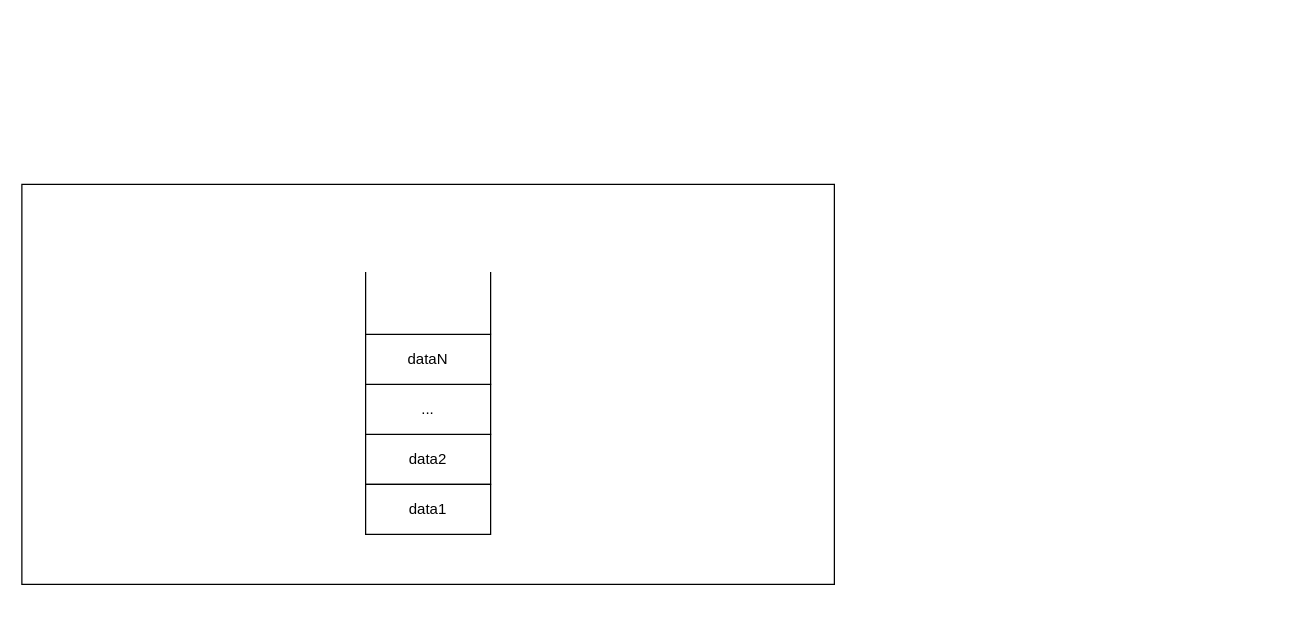
1595901624/GitTest keeps this draw.io diagram as 栈.drawio. Above is the earlier version. Source tidied: cells renumbered, new cells numbered last; positions are measured from the earlier drawing's top-left corner, leaving out a move shared by most shapes. Both pictures are drawn from the tidied source at 125%, with x=0, y=0 at pixel (21, 184).
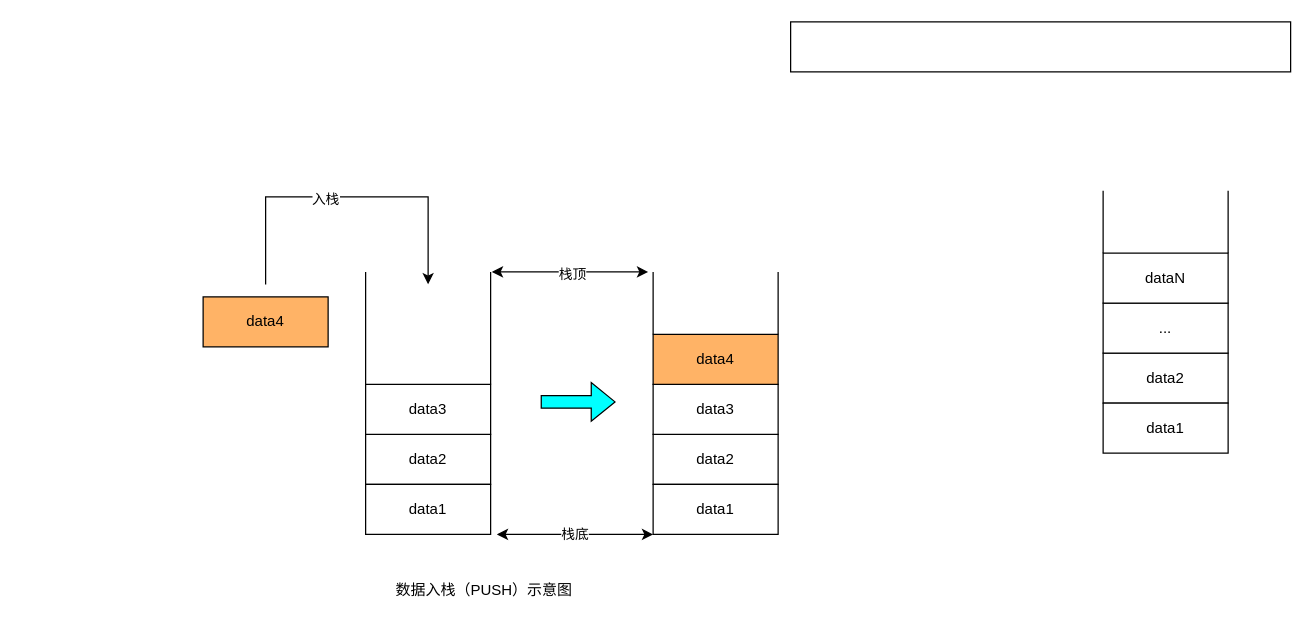
The same diagram, later.

Change to the diagram source:
```diff
@@
     <mxCell id="2" style="rounded=0;whiteSpace=wrap;html=1;" parent="1" vertex="1">
-      <mxGeometry width="650" height="320" as="geometry" />
+      <mxGeometry x="615" y="-130" width="400" height="40" as="geometry" />
     </mxCell>
@@
-    <mxCell id="5" value="..." style="rounded=0;whiteSpace=wrap;html=1;" parent="1" vertex="1">
+    <mxCell id="5" value="data3" style="rounded=0;whiteSpace=wrap;html=1;" parent="1" vertex="1">
       <mxGeometry x="275" y="160" width="100" height="40" as="geometry" />
     </mxCell>
-    <mxCell id="6" value="dataN" style="rounded=0;whiteSpace=wrap;html=1;" parent="1" vertex="1">
-      <mxGeometry x="275" y="120" width="100" height="40" as="geometry" />
-    </mxCell>
-    <mxCell id="7" style="endArrow=none;html=1;rounded=0;" parent="1" edge="1">
+    <mxCell id="7" style="endArrow=none;html=1;rounded=0;exitX=1;exitY=0;exitDx=0;exitDy=0;" parent="1" edge="1" source="5">
       <mxGeometry relative="1" as="geometry">
-        <mxPoint x="375" y="120" as="sourcePoint" />
         <mxPoint x="375" y="70" as="targetPoint" />
       </mxGeometry>
     </mxCell>
-    <mxCell id="8" style="endArrow=none;html=1;rounded=0;" parent="1" edge="1">
+    <mxCell id="8" style="endArrow=none;html=1;rounded=0;exitX=0;exitY=0;exitDx=0;exitDy=0;" parent="1" edge="1" source="5">
       <mxGeometry relative="1" as="geometry">
-        <mxPoint x="275" y="120" as="sourcePoint" />
         <mxPoint x="275" y="70" as="targetPoint" />
       </mxGeometry>
     </mxCell>
+    <mxCell id="9" value="data2" style="rounded=0;whiteSpace=wrap;html=1;" parent="1" vertex="1">
+      <mxGeometry x="865" y="135" width="100" height="40" as="geometry" />
+    </mxCell>
+    <mxCell id="10" value="data1" style="rounded=0;whiteSpace=wrap;html=1;" parent="1" vertex="1">
+      <mxGeometry x="865" y="175" width="100" height="40" as="geometry" />
+    </mxCell>
+    <mxCell id="11" value="..." style="rounded=0;whiteSpace=wrap;html=1;" parent="1" vertex="1">
+      <mxGeometry x="865" y="95" width="100" height="40" as="geometry" />
+    </mxCell>
+    <mxCell id="6" value="dataN" style="rounded=0;whiteSpace=wrap;html=1;" parent="1" vertex="1">
+      <mxGeometry x="865" y="55" width="100" height="40" as="geometry" />
+    </mxCell>
+    <mxCell id="12" style="endArrow=none;html=1;rounded=0;" parent="1" edge="1">
+      <mxGeometry relative="1" as="geometry">
+        <mxPoint x="965" y="55" as="sourcePoint" />
+        <mxPoint x="965" y="5" as="targetPoint" />
+      </mxGeometry>
+    </mxCell>
+    <mxCell id="13" style="endArrow=none;html=1;rounded=0;" parent="1" edge="1">
+      <mxGeometry relative="1" as="geometry">
+        <mxPoint x="865" y="55" as="sourcePoint" />
+        <mxPoint x="865" y="5" as="targetPoint" />
+      </mxGeometry>
+    </mxCell>
+    <mxCell id="14" value="data4" style="rounded=0;whiteSpace=wrap;html=1;fillColor=#FFB366;" parent="1" vertex="1">
+      <mxGeometry x="145" y="90" width="100" height="40" as="geometry" />
+    </mxCell>
+    <mxCell id="15" value="data2" style="rounded=0;whiteSpace=wrap;html=1;" parent="1" vertex="1">
+      <mxGeometry x="505" y="200" width="100" height="40" as="geometry" />
+    </mxCell>
+    <mxCell id="16" value="data1" style="rounded=0;whiteSpace=wrap;html=1;" parent="1" vertex="1">
+      <mxGeometry x="505" y="240" width="100" height="40" as="geometry" />
+    </mxCell>
+    <mxCell id="17" value="data3" style="rounded=0;whiteSpace=wrap;html=1;" parent="1" vertex="1">
+      <mxGeometry x="505" y="160" width="100" height="40" as="geometry" />
+    </mxCell>
+    <mxCell id="18" value="data4" style="rounded=0;whiteSpace=wrap;html=1;fillColor=#FFB366;" parent="1" vertex="1">
+      <mxGeometry x="505" y="120" width="100" height="40" as="geometry" />
+    </mxCell>
+    <mxCell id="19" style="endArrow=none;html=1;rounded=0;" parent="1" edge="1">
+      <mxGeometry relative="1" as="geometry">
+        <mxPoint x="605" y="120" as="sourcePoint" />
+        <mxPoint x="605" y="70" as="targetPoint" />
+      </mxGeometry>
+    </mxCell>
+    <mxCell id="20" style="endArrow=none;html=1;rounded=0;" parent="1" edge="1">
+      <mxGeometry relative="1" as="geometry">
+        <mxPoint x="505" y="120" as="sourcePoint" />
+        <mxPoint x="505" y="70" as="targetPoint" />
+      </mxGeometry>
+    </mxCell>
+    <mxCell id="21" style="endArrow=classic;html=1;rounded=0;" parent="1" edge="1">
+      <mxGeometry relative="1" as="geometry">
+        <mxPoint x="195" y="80" as="sourcePoint" />
+        <mxPoint x="325" y="80" as="targetPoint" />
+        <Array as="points">
+          <mxPoint x="195" y="10" />
+          <mxPoint x="325" y="10" />
+        </Array>
+      </mxGeometry>
+    </mxCell>
+    <mxCell id="22" value="入栈" style="edgeLabel;html=1;align=center;verticalAlign=middle;" parent="21" vertex="1">
+      <mxGeometry x="-0.13" relative="1" as="geometry">
+        <mxPoint y="1" as="offset" />
+      </mxGeometry>
+    </mxCell>
+    <mxCell id="23" style="shape=flexArrow;endArrow=classic;html=1;rounded=0;fillColor=#00FFFF;" parent="1" edge="1">
+      <mxGeometry relative="1" as="geometry">
+        <mxPoint x="415" y="174" as="sourcePoint" />
+        <mxPoint x="475" y="174" as="targetPoint" />
+      </mxGeometry>
+    </mxCell>
+    <mxCell id="24" style="endArrow=classic;startArrow=classic;html=1;rounded=0;entryX=0;entryY=1;entryDx=0;entryDy=0;labelPosition=right;verticalLabelPosition=middle;align=left;verticalAlign=middle;" parent="1" edge="1" target="16">
+      <mxGeometry relative="1" as="geometry">
+        <mxPoint x="380" y="280" as="sourcePoint" />
+      </mxGeometry>
+    </mxCell>
+    <mxCell id="25" value="栈底" style="edgeLabel;html=1;align=left;verticalAlign=middle;labelPosition=right;verticalLabelPosition=middle;" parent="24" vertex="1">
+      <mxGeometry x="-0.2" y="2" relative="1" as="geometry">
+        <mxPoint y="1" as="offset" />
+      </mxGeometry>
+    </mxCell>
+    <mxCell id="26" style="endArrow=classic;startArrow=classic;html=1;rounded=0;entryX=0;entryY=1;entryDx=0;entryDy=0;labelPosition=right;verticalLabelPosition=middle;align=left;verticalAlign=middle;" parent="1" edge="1">
+      <mxGeometry relative="1" as="geometry">
+        <mxPoint x="376" y="70" as="sourcePoint" />
+        <mxPoint x="501" y="70" as="targetPoint" />
+      </mxGeometry>
+    </mxCell>
+    <mxCell id="27" value="栈顶" style="edgeLabel;html=1;align=right;verticalAlign=middle;labelPosition=left;verticalLabelPosition=middle;" parent="26" vertex="1">
+      <mxGeometry x="0.21" relative="1" as="geometry">
+        <mxPoint y="1" as="offset" />
+      </mxGeometry>
+    </mxCell>
+    <mxCell id="28" value="数据入栈（PUSH）示意图" style="text;html=1;strokeColor=none;fillColor=none;align=center;verticalAlign=middle;whiteSpace=wrap;rounded=0;" parent="1" vertex="1">
+      <mxGeometry x="285" y="310" width="170" height="30" as="geometry" />
+    </mxCell>
```
